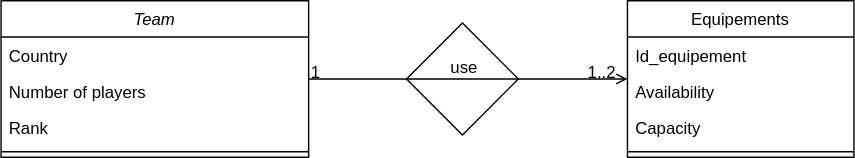
Above: OWWC_structure.drawio.svg in adamadong/OWWC_en_Django (draw.io), before the change. Source tidied: cells renumbered, new cells last; positions are measured from the earlier drawing's top-left corner, leaving out a move shared by most shapes.
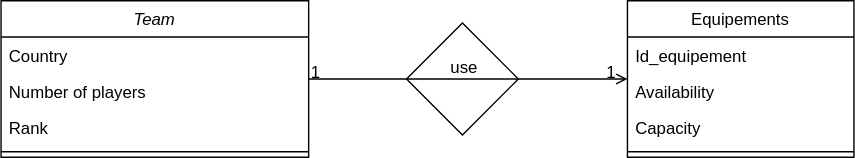
Above is the later version.

Change to the diagram source:
```diff
@@ -45,7 +45,7 @@
         <mxPoint y="4" as="offset" />
       </mxGeometry>
     </mxCell>
-    <mxCell id="15" value="1..2" style="align=right;verticalAlign=bottom;labelBackgroundColor=none;fontSize=12;" parent="13" vertex="1">
+    <mxCell id="15" value="1" style="align=right;verticalAlign=bottom;labelBackgroundColor=none;fontSize=12;" parent="13" vertex="1">
       <mxGeometry x="1" relative="1" as="geometry">
         <mxPoint x="-7" y="4" as="offset" />
       </mxGeometry>
```
